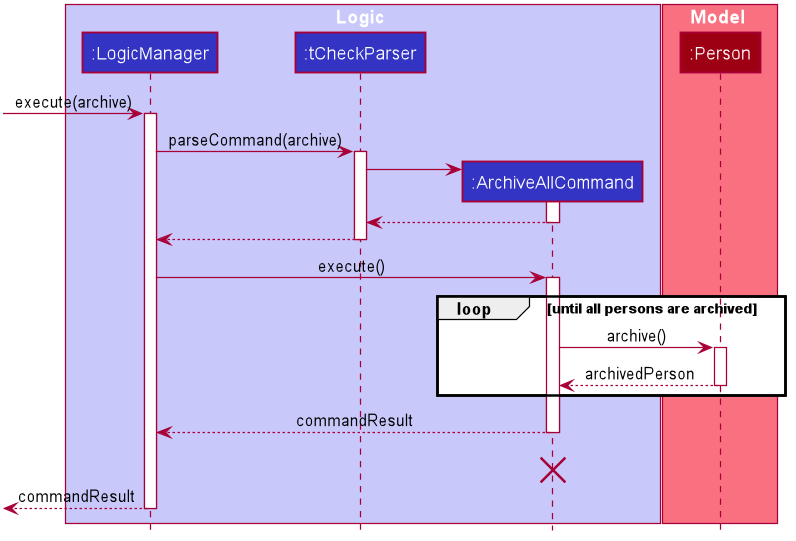
Earlier version of the PlantUML export docs/images/ArchiveAllSequenceDiagram.png (nus-cs2103-AY2021S1/tp). Its source is kept beside it as docs/diagrams/ArchiveAllSequenceDiagram.puml.
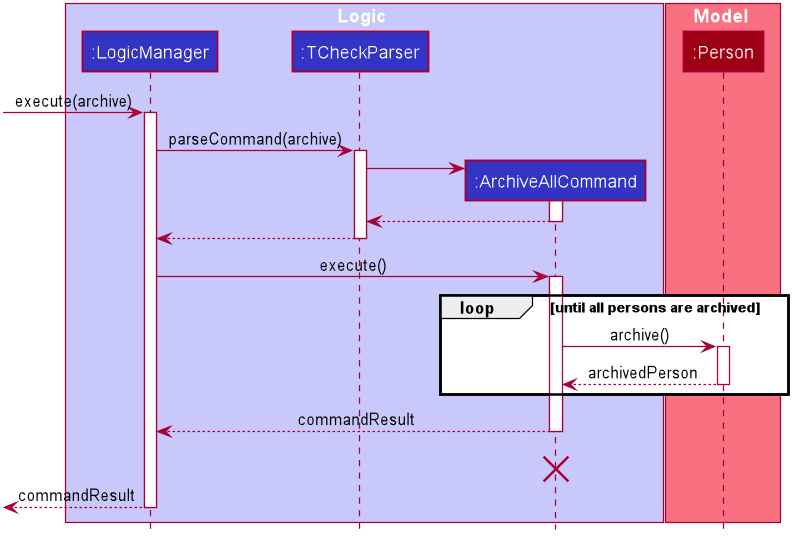
The same diagram one commit later.

Commit message:
Update diagrams with name "TCheckParser".

Diff of the diagram source:
```diff
@@ -3,7 +3,7 @@
 
 box Logic LOGIC_COLOR_T1
 participant ":LogicManager" as LogicManager LOGIC_COLOR
-participant ":tCheckParser" as tCheckParser LOGIC_COLOR
+participant ":TCheckParser" as TCheckParser LOGIC_COLOR
 participant ":ArchiveAllCommand" as ArchiveAllCommand LOGIC_COLOR
 end box
 
@@ -13,18 +13,18 @@
 [-> LogicManager : execute(archive)
 activate LogicManager
 
-LogicManager -> tCheckParser : parseCommand(archive)
-activate tCheckParser
+LogicManager -> TCheckParser : parseCommand(archive)
+activate TCheckParser
 
 create ArchiveAllCommand
-tCheckParser -> ArchiveAllCommand
+TCheckParser -> ArchiveAllCommand
 activate ArchiveAllCommand
 
-ArchiveAllCommand --> tCheckParser
+ArchiveAllCommand --> TCheckParser
 deactivate ArchiveAllCommand
 
-tCheckParser --> LogicManager :
-deactivate tCheckParser
+TCheckParser --> LogicManager :
+deactivate TCheckParser
 
 LogicManager -> ArchiveAllCommand : execute()
 activate ArchiveAllCommand
```
